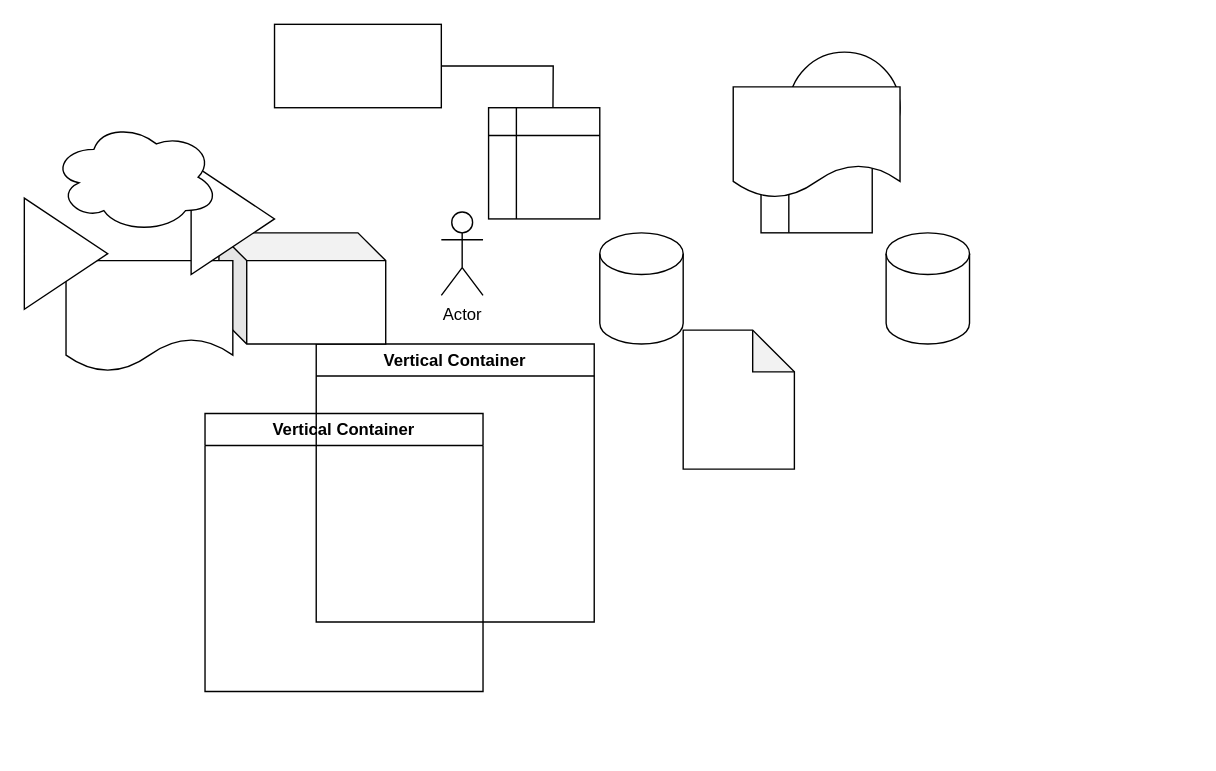
nikosanag/DB_Project keeps this draw.io diagram as Ανώνυμο διάγραμμα.drawio. Above is the earlier version. Source tidied: cells renumbered, new cells numbered last; positions are measured from the earlier drawing's top-left corner, leaving out a move shared by most shapes. Both pictures are drawn from the tidied source at 139%, with x=0, y=0 at pixel (24, 24).
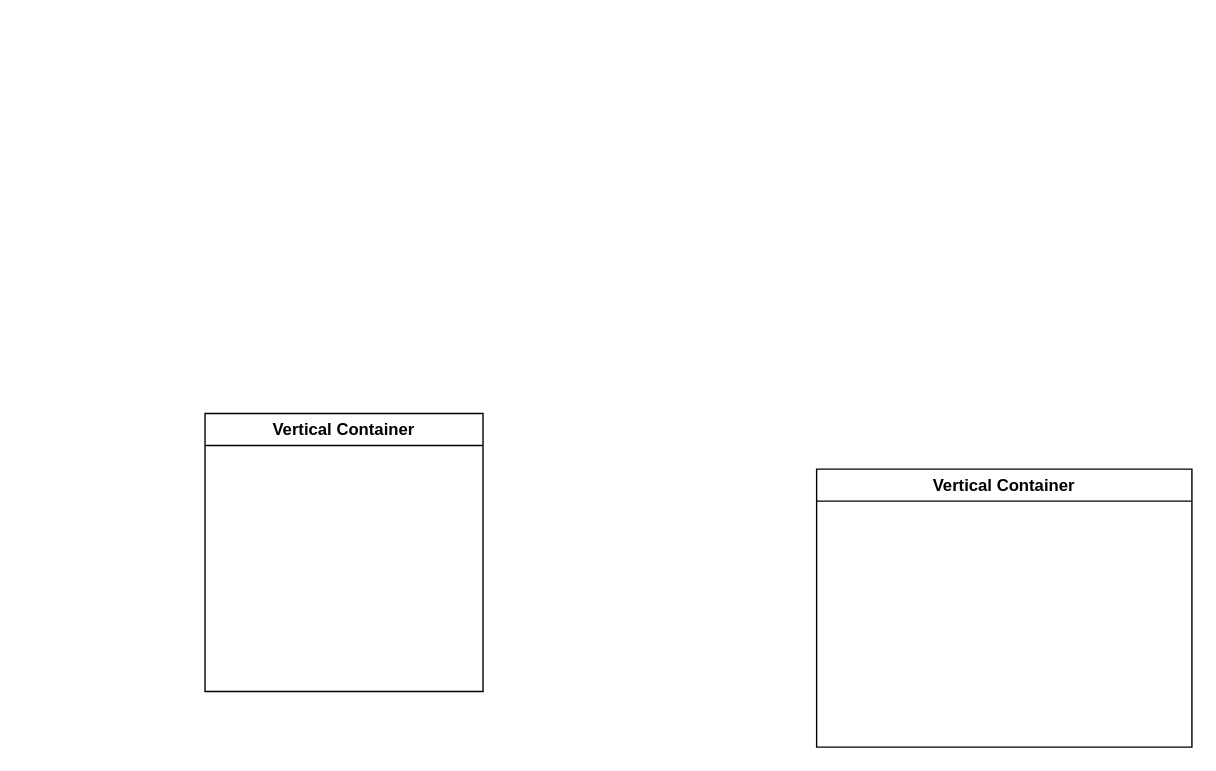
After the change.

Change to the diagram source:
```diff
@@
 <mxGraphModel>
   <root>
     <mxCell id="0" />
     <mxCell id="1" parent="0" />
-    <mxCell id="2" style="edgeStyle=orthogonalEdgeStyle;rounded=0;jettySize=auto;html=1;" parent="1" edge="1" source="3">
-      <mxGeometry relative="1" as="geometry">
-        <mxPoint x="380" y="110" as="targetPoint" />
-      </mxGeometry>
-    </mxCell>
-    <mxCell id="3" style="rounded=0;whiteSpace=wrap;html=1;" parent="1" vertex="1">
-      <mxGeometry x="180" width="120" height="60" as="geometry" />
-    </mxCell>
-    <mxCell id="4" style="ellipse;whiteSpace=wrap;html=1;" parent="1" vertex="1">
-      <mxGeometry x="550" y="20" width="80" height="80" as="geometry" />
-    </mxCell>
-    <mxCell id="5" style="shape=cylinder3;whiteSpace=wrap;html=1;boundedLbl=1;backgroundOutline=1;size=15;" parent="1" vertex="1">
-      <mxGeometry x="620" y="150" width="60" height="80" as="geometry" />
-    </mxCell>
     <mxCell id="6" value="Vertical Container" style="swimlane;whiteSpace=wrap;html=1;" parent="1" vertex="1">
       <mxGeometry x="130" y="280" width="200" height="200" as="geometry" />
     </mxCell>
     <mxCell id="7" value="Vertical Container" style="swimlane;whiteSpace=wrap;html=1;" parent="1" vertex="1">
-      <mxGeometry x="210" y="230" width="200" height="200" as="geometry" />
+      <mxGeometry x="570" y="320" width="270" height="200" as="geometry" />
     </mxCell>
-    <mxCell id="8" style="shape=note;whiteSpace=wrap;html=1;backgroundOutline=1;darkOpacity=0.05;" parent="1" vertex="1">
-      <mxGeometry x="474" y="220" width="80" height="100" as="geometry" />
-    </mxCell>
-    <mxCell id="9" value="Actor" style="shape=umlActor;verticalLabelPosition=bottom;verticalAlign=top;html=1;" parent="1" vertex="1">
-      <mxGeometry x="300" y="135" width="30" height="60" as="geometry" />
-    </mxCell>
-    <mxCell id="10" style="shape=cube;whiteSpace=wrap;html=1;boundedLbl=1;backgroundOutline=1;darkOpacity=0.05;darkOpacity2=0.1;" parent="1" vertex="1">
-      <mxGeometry x="140" y="150" width="120" height="80" as="geometry" />
-    </mxCell>
-    <mxCell id="11" style="shape=document;whiteSpace=wrap;html=1;boundedLbl=1;" parent="1" vertex="1">
-      <mxGeometry x="30" y="170" width="120" height="80" as="geometry" />
-    </mxCell>
-    <mxCell id="12" style="shape=cylinder3;whiteSpace=wrap;html=1;boundedLbl=1;backgroundOutline=1;size=15;" parent="1" vertex="1">
-      <mxGeometry x="414" y="150" width="60" height="80" as="geometry" />
-    </mxCell>
-    <mxCell id="13" style="shape=internalStorage;whiteSpace=wrap;html=1;backgroundOutline=1;" parent="1" vertex="1">
-      <mxGeometry x="530" y="70" width="80" height="80" as="geometry" />
-    </mxCell>
-    <mxCell id="14" style="triangle;whiteSpace=wrap;html=1;" parent="1" vertex="1">
-      <mxGeometry y="125" width="60" height="80" as="geometry" />
-    </mxCell>
-    <mxCell id="15" style="shape=document;whiteSpace=wrap;html=1;boundedLbl=1;" parent="1" vertex="1">
-      <mxGeometry x="510" y="45" width="120" height="80" as="geometry" />
-    </mxCell>
-    <mxCell id="16" style="triangle;whiteSpace=wrap;html=1;" parent="1" vertex="1">
-      <mxGeometry x="120" y="100" width="60" height="80" as="geometry" />
-    </mxCell>
-    <mxCell id="17" style="shape=internalStorage;whiteSpace=wrap;html=1;backgroundOutline=1;" parent="1" vertex="1">
-      <mxGeometry x="334" y="60" width="80" height="80" as="geometry" />
-    </mxCell>
-    <mxCell id="18" style="ellipse;shape=cloud;whiteSpace=wrap;html=1;" parent="1" vertex="1">
-      <mxGeometry x="20" y="70" width="120" height="80" as="geometry" />
-    </mxCell>
   </root>
 </mxGraphModel>
```
